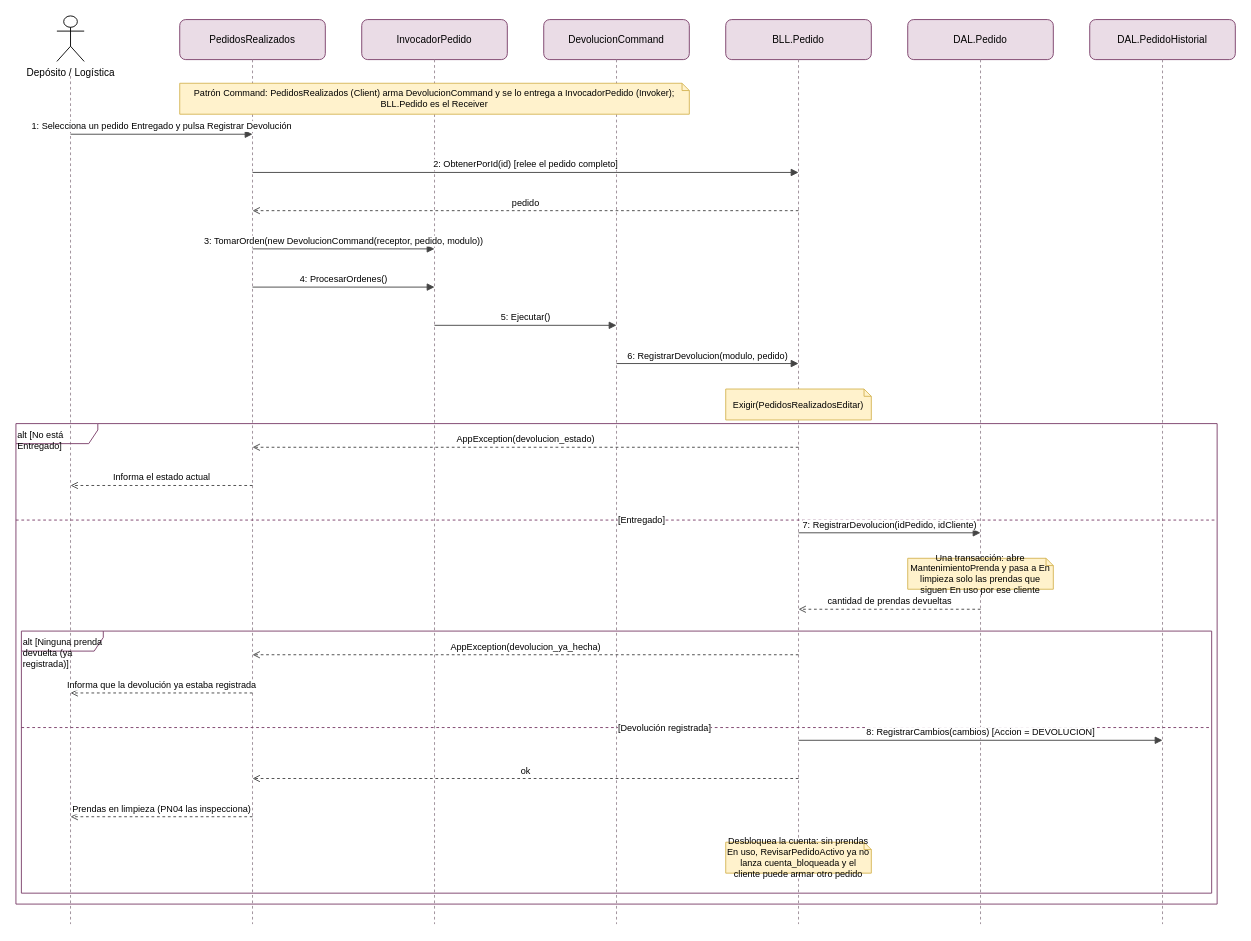
Earlier version of the draw.io diagram docs/diagramas/drawio/DSS_PN01_CU06_RegistrarDevolucion.drawio (valentinamorana/Trabajo-de-Diploma). Source tidied: cells renumbered, new cells numbered last; positions are measured from the earlier drawing's top-left corner, leaving out a move shared by most shapes. Both pictures are drawn from the tidied source at 91%, with x=0, y=0 at pixel (15, 15).
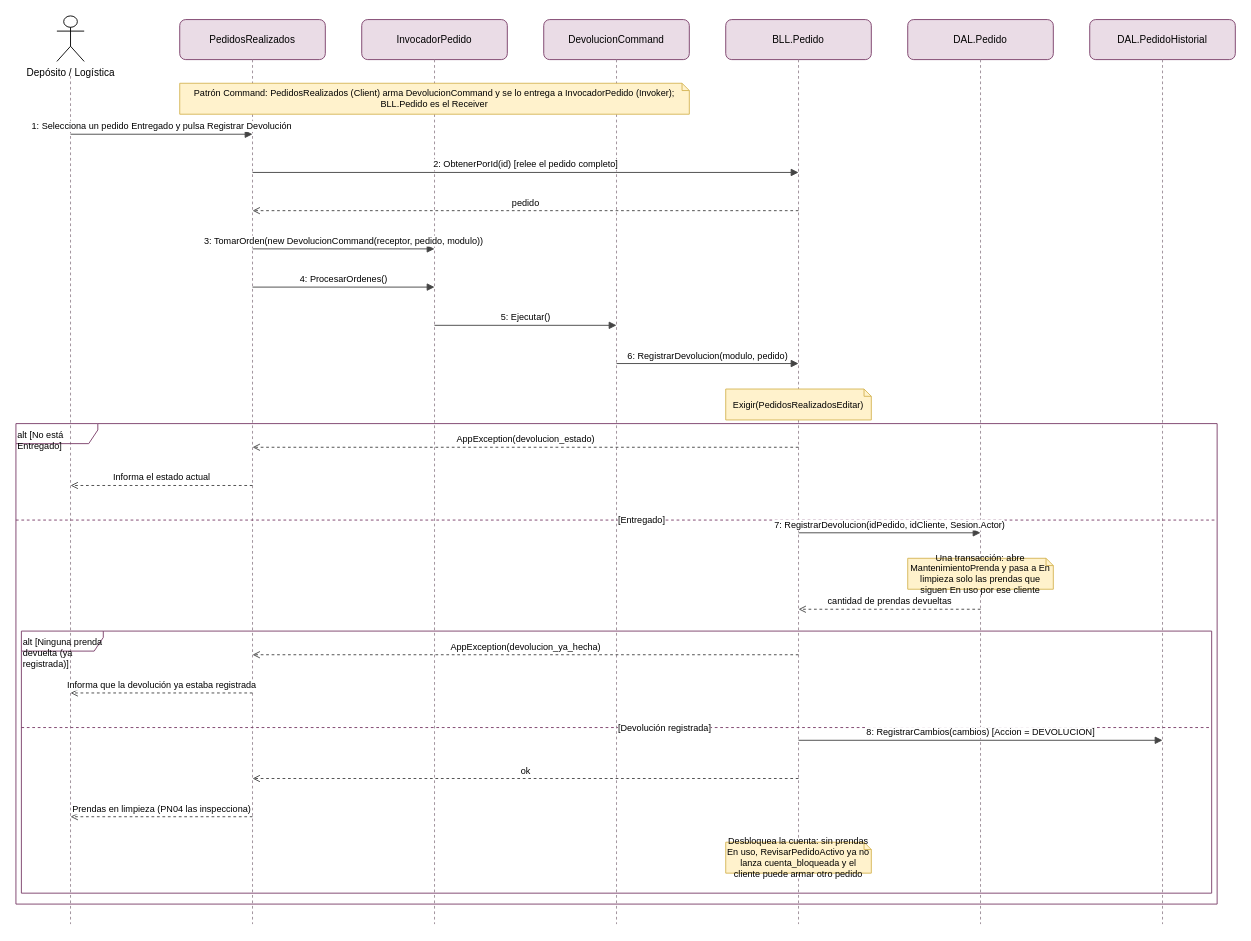
The same page after the edit.

Diff of the diagram source:
```diff
@@
-    <mxCell id="33" value="7: RegistrarDevolucion(idPedido, idCliente)" style="html=1;verticalAlign=bottom;endArrow=block;endFill=1;fontSize=10;strokeColor=#444;" parent="1" edge="1">
+    <mxCell id="33" value="7: RegistrarDevolucion(idPedido, idCliente, Sesion.Actor)" style="html=1;verticalAlign=bottom;endArrow=block;endFill=1;fontSize=10;strokeColor=#444;" parent="1" edge="1">
       <mxGeometry relative="1" as="geometry">
         <mxPoint x="860" y="568" as="sourcePoint" />
         <mxPoint x="1060" y="568" as="targetPoint" />
       </mxGeometry>
     </mxCell>
```
